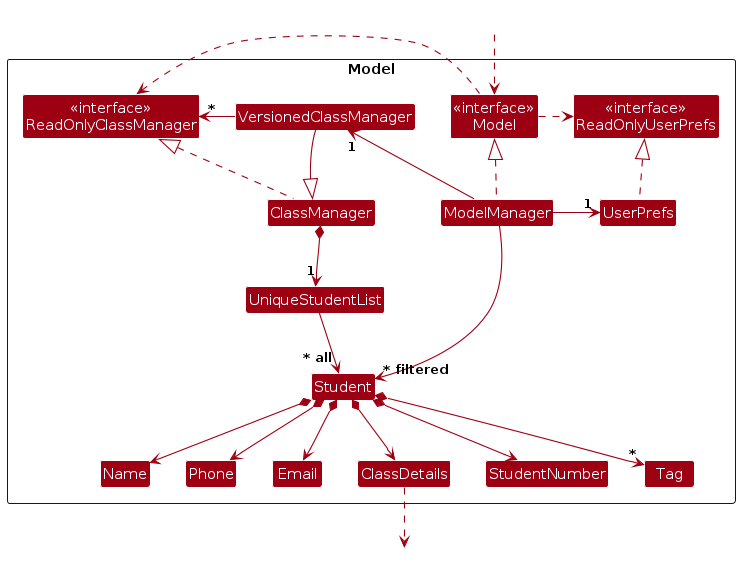
Earlier version of the PlantUML export diagrams/ModelClassDiagram.png (AY2324S1-CS2103T-T11-1/tp). Its source is kept beside it as diagrams/ModelClassDiagram.puml. Its diagram source:
```plantuml
@startuml
!include style.puml
skinparam arrowThickness 1.1
skinparam arrowColor MODEL_COLOR
skinparam classBackgroundColor MODEL_COLOR

Package Model as ModelPackage <<Rectangle>>{
Class "<<interface>>\nReadOnlyClassManager" as ReadOnlyClassManager
Class "<<interface>>\nReadOnlyUserPrefs" as ReadOnlyUserPrefs
Class "<<interface>>\nModel" as Model
Class VersionedClassManager
Class ClassManager
Class ModelManager
Class UserPrefs

Class UniqueStudentList
Class Student
Class ClassDetails
Class Email
Class Name
Class Phone
Class Tag
Class StudentNumber

Class I #FFFFFF
}

Class HiddenOutside #FFFFFF
HiddenOutside ..> Model


ClassManager .up.|> ReadOnlyClassManager
VersionedClassManager -|> ClassManager
VersionedClassManager -> "*" ReadOnlyClassManager
VersionedClassManager -[hidden]left-> ClassManager
ModelManager .up.|> Model
Model .right.> ReadOnlyUserPrefs
Model .left.> ReadOnlyClassManager
ModelManager -left-> "1" VersionedClassManager
ModelManager -right-> "1" UserPrefs
UserPrefs .up.|> ReadOnlyUserPrefs

ClassManager *--> "1" UniqueStudentList
UniqueStudentList --> "~* all" Student
Student *--> Name
Student *--> Phone
Student *--> Email
Student *--> ClassDetails
Student *--> StudentNumber
Student *--> "*" Tag

UniqueStudentList -[hidden]right-> I

Name -[hidden]right-> Phone
Phone -[hidden]right-> Email
Email -[hidden]right-> ClassDetails
ClassDetails -[hidden]right-> StudentNumber

Class HiddenClassDetails #FFFFFF
ClassDetails ..> HiddenClassDetails

ModelManager ---> "~* filtered" Student
@enduml
```
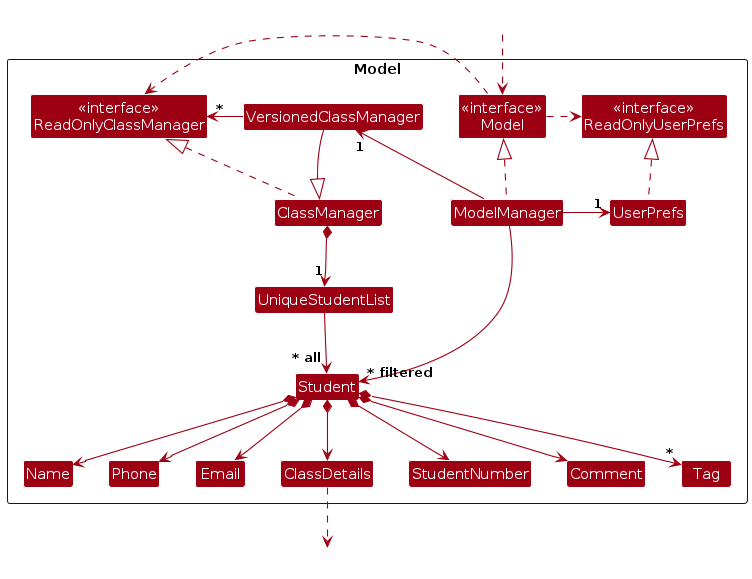
The same diagram one commit later.

Change to the diagram source:
```diff
@@ -21,6 +21,7 @@
 Class Phone
 Class Tag
 Class StudentNumber
+Class Comment
 
 Class I #FFFFFF
 }
@@ -47,6 +48,7 @@
 Student *--> Email
 Student *--> ClassDetails
 Student *--> StudentNumber
+Student *--> Comment
 Student *--> "*" Tag
 
 UniqueStudentList -[hidden]right-> I
@@ -55,6 +57,7 @@
 Phone -[hidden]right-> Email
 Email -[hidden]right-> ClassDetails
 ClassDetails -[hidden]right-> StudentNumber
+StudentNumber -[hidden]right-> Comment
 
 Class HiddenClassDetails #FFFFFF
 ClassDetails ..> HiddenClassDetails
```
